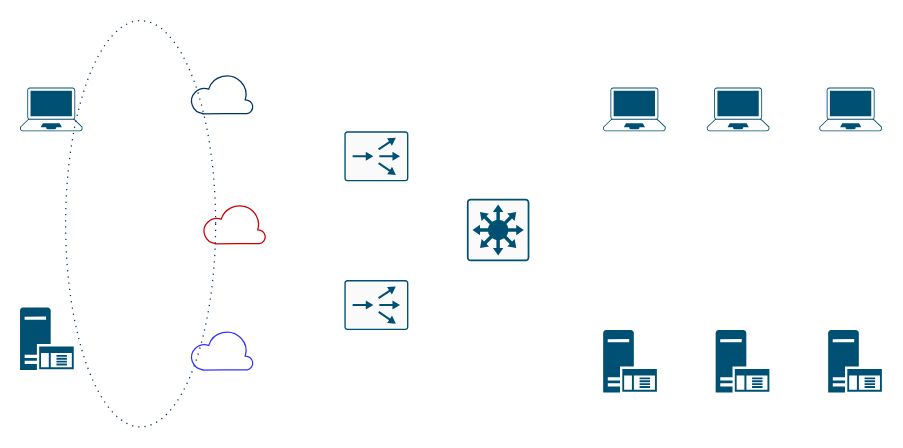
The draw.io diagram page "实验环境拓扑图" (2 of 2) of Untitled Diagram.drawio in ahhfltj/cloud, before the edit. Source tidied: cells renumbered, new cells numbered last; positions are measured from the earlier drawing's top-left corner, leaving out a move shared by most shapes. Both pictures are drawn from the tidied source at 125%, with x=0, y=0 at pixel (20, 20).
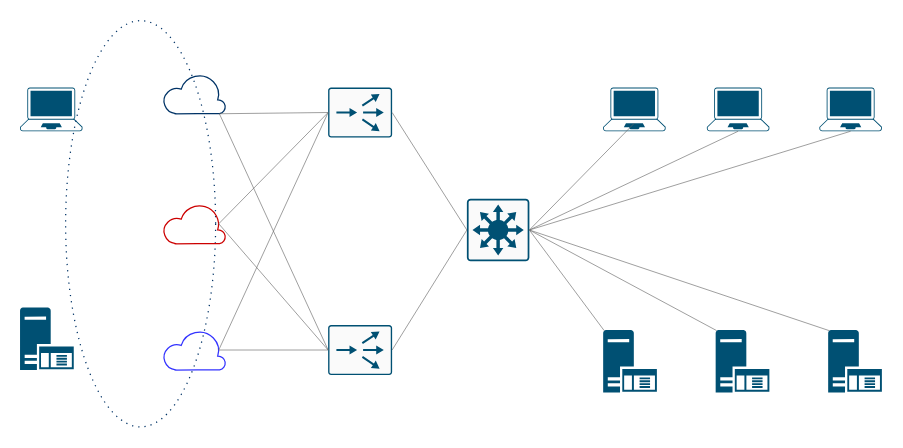
The same diagram, later.

The change refers to these unchanged cells:
```xml
<mxCell id="2" style="points=[[0.015,0.015,0],[0.985,0.015,0],[0.985,0.985,0],[0.015,0.985,0],[0.25,0,0],[0.5,0,0],[0.75,0,0],[1,0.25,0],[1,0.5,0],[1,0.75,0],[0.75,1,0],[0.5,1,0],[0.25,1,0],[0,0.75,0],[0,0.5,0],[0,0.25,0]];verticalLabelPosition=bottom;html=1;verticalAlign=top;align=center;shape=mxgraph.cisco19.rect;prIcon=l3_switch;fillColor=#FAFAFA;strokeColor=#005073;" parent="1" vertex="1">
  <mxGeometry x="357" y="142.5" width="50" height="50" as="geometry" />
</mxCell>
<mxCell id="6" style="points=[[0.13,0.02,0],[0.5,0,0],[0.87,0.02,0],[0.885,0.4,0],[0.985,0.985,0],[0.5,1,0],[0.015,0.985,0],[0.115,0.4,0]];verticalLabelPosition=bottom;html=1;verticalAlign=top;align=center;shape=mxgraph.cisco19.laptop;fillColor=#005073;strokeColor=none;" parent="1" vertex="1">
  <mxGeometry x="466" y="53.5" width="50" height="35" as="geometry" />
</mxCell>
<mxCell id="7" style="shadow=0;dashed=0;html=1;strokeColor=none;labelPosition=center;verticalLabelPosition=bottom;verticalAlign=top;align=center;shape=mxgraph.mscae.enterprise.application_server;fontStyle=1;fillColor=#005073;" parent="1" vertex="1">
  <mxGeometry x="466" y="247.5" width="43" height="50" as="geometry" />
</mxCell>
<mxCell id="8" style="points=[[0.13,0.02,0],[0.5,0,0],[0.87,0.02,0],[0.885,0.4,0],[0.985,0.985,0],[0.5,1,0],[0.015,0.985,0],[0.115,0.4,0]];verticalLabelPosition=bottom;html=1;verticalAlign=top;align=center;shape=mxgraph.cisco19.laptop;fillColor=#005073;strokeColor=none;" parent="1" vertex="1">
  <mxGeometry x="549" y="53.5" width="50" height="35" as="geometry" />
</mxCell>
<mxCell id="9" style="shadow=0;dashed=0;html=1;strokeColor=none;labelPosition=center;verticalLabelPosition=bottom;verticalAlign=top;align=center;shape=mxgraph.mscae.enterprise.application_server;fontStyle=1;fillColor=#005073;" parent="1" vertex="1">
  <mxGeometry x="556" y="247.5" width="43" height="50" as="geometry" />
</mxCell>
<mxCell id="15" style="shadow=0;dashed=0;html=1;strokeColor=none;labelPosition=center;verticalLabelPosition=bottom;verticalAlign=top;align=center;shape=mxgraph.mscae.enterprise.application_server;fontStyle=1;fillColor=#005073;" parent="1" vertex="1">
  <mxGeometry x="646" y="247.5" width="43" height="50" as="geometry" />
</mxCell>
<mxCell id="16" style="points=[[0.13,0.02,0],[0.5,0,0],[0.87,0.02,0],[0.885,0.4,0],[0.985,0.985,0],[0.5,1,0],[0.015,0.985,0],[0.115,0.4,0]];verticalLabelPosition=bottom;html=1;verticalAlign=top;align=center;shape=mxgraph.cisco19.laptop;fillColor=#005073;strokeColor=none;" parent="1" vertex="1">
  <mxGeometry x="639" y="53.5" width="50" height="35" as="geometry" />
</mxCell>
```

Diff of the diagram source:
```diff
@@
     <mxCell id="3" style="points=[[0.015,0.015,0],[0.985,0.015,0],[0.985,0.985,0],[0.015,0.985,0],[0.25,0,0],[0.5,0,0],[0.75,0,0],[1,0.25,0],[1,0.5,0],[1,0.75,0],[0.75,1,0],[0.5,1,0],[0.25,1,0],[0,0.75,0],[0,0.5,0],[0,0.25,0]];verticalLabelPosition=bottom;html=1;verticalAlign=top;align=center;shape=mxgraph.cisco19.rect;prIcon=content_router;fillColor=#FAFAFA;strokeColor=#005073;" parent="1" vertex="1">
-      <mxGeometry x="259" y="207.5" width="51.2" height="40" as="geometry" />
+      <mxGeometry x="246" y="243.5" width="51.2" height="40" as="geometry" />
     </mxCell>
     <mxCell id="4" style="points=[[0.015,0.015,0],[0.985,0.015,0],[0.985,0.985,0],[0.015,0.985,0],[0.25,0,0],[0.5,0,0],[0.75,0,0],[1,0.25,0],[1,0.5,0],[1,0.75,0],[0.75,1,0],[0.5,1,0],[0.25,1,0],[0,0.75,0],[0,0.5,0],[0,0.25,0]];verticalLabelPosition=bottom;html=1;verticalAlign=top;align=center;shape=mxgraph.cisco19.rect;prIcon=content_router;fillColor=#FAFAFA;strokeColor=#005073;" parent="1" vertex="1">
-      <mxGeometry x="259" y="88.5" width="51.2" height="40" as="geometry" />
+      <mxGeometry x="246" y="53.5" width="51.2" height="40" as="geometry" />
     </mxCell>
@@
     <mxCell id="11" style="shadow=0;dashed=0;html=1;labelPosition=center;verticalLabelPosition=bottom;verticalAlign=top;align=center;shape=mxgraph.azure.cloud;fillColor=none;strokeColor=#003366;" parent="1" vertex="1">
-      <mxGeometry x="136" y="42.5" width="50" height="32" as="geometry" />
+      <mxGeometry x="114" y="42.5" width="50" height="32" as="geometry" />
     </mxCell>
@@
     <mxCell id="13" style="shadow=0;dashed=0;html=1;labelPosition=center;verticalLabelPosition=bottom;verticalAlign=top;align=center;shape=mxgraph.azure.cloud;fillColor=none;strokeColor=#CC0000;" parent="1" vertex="1">
-      <mxGeometry x="146" y="146.5" width="50" height="32" as="geometry" />
+      <mxGeometry x="114" y="146.5" width="50" height="32" as="geometry" />
     </mxCell>
     <mxCell id="14" style="shadow=0;dashed=0;html=1;labelPosition=center;verticalLabelPosition=bottom;verticalAlign=top;align=center;shape=mxgraph.azure.cloud;fillColor=none;strokeColor=#3333FF;" parent="1" vertex="1">
-      <mxGeometry x="136" y="247.5" width="50" height="32" as="geometry" />
+      <mxGeometry x="114" y="247.5" width="50" height="32" as="geometry" />
     </mxCell>
@@
+    <mxCell id="17" style="endArrow=none;html=1;strokeWidth=0.5;strokeColor=#666666;entryX=0.497;entryY=0.819;entryDx=0;entryDy=0;entryPerimeter=0;exitX=1;exitY=0.5;exitDx=0;exitDy=0;exitPerimeter=0;" parent="1" edge="1" source="2" target="6">
+      <mxGeometry relative="1" as="geometry" />
+    </mxCell>
+    <mxCell id="18" style="endArrow=none;html=1;strokeWidth=0.5;strokeColor=#666666;entryX=0.5;entryY=1;entryDx=0;entryDy=0;entryPerimeter=0;exitX=1;exitY=0.5;exitDx=0;exitDy=0;exitPerimeter=0;" parent="1" edge="1" source="2" target="8">
+      <mxGeometry relative="1" as="geometry" />
+    </mxCell>
+    <mxCell id="19" style="endArrow=none;html=1;strokeWidth=0.5;strokeColor=#666666;entryX=0.5;entryY=1;entryDx=0;entryDy=0;entryPerimeter=0;exitX=1;exitY=0.5;exitDx=0;exitDy=0;exitPerimeter=0;" parent="1" edge="1" source="2" target="16">
+      <mxGeometry relative="1" as="geometry" />
+    </mxCell>
+    <mxCell id="20" style="endArrow=none;html=1;strokeWidth=0.5;strokeColor=#666666;entryX=0.02;entryY=0.01;entryDx=0;entryDy=0;entryPerimeter=0;exitX=1;exitY=0.5;exitDx=0;exitDy=0;exitPerimeter=0;" parent="1" edge="1" source="2" target="15">
+      <mxGeometry relative="1" as="geometry" />
+    </mxCell>
+    <mxCell id="21" style="endArrow=none;html=1;strokeWidth=0.5;strokeColor=#666666;entryX=0.02;entryY=0.01;entryDx=0;entryDy=0;entryPerimeter=0;exitX=1;exitY=0.5;exitDx=0;exitDy=0;exitPerimeter=0;" parent="1" edge="1" source="2" target="9">
+      <mxGeometry relative="1" as="geometry" />
+    </mxCell>
+    <mxCell id="22" style="endArrow=none;html=1;strokeWidth=0.5;strokeColor=#666666;entryX=0.02;entryY=0.01;entryDx=0;entryDy=0;entryPerimeter=0;exitX=1;exitY=0.5;exitDx=0;exitDy=0;exitPerimeter=0;" parent="1" edge="1" source="2" target="7">
+      <mxGeometry relative="1" as="geometry" />
+    </mxCell>
+    <mxCell id="23" style="endArrow=none;html=1;strokeWidth=0.5;strokeColor=#666666;entryX=1;entryY=0.5;entryDx=0;entryDy=0;entryPerimeter=0;exitX=0;exitY=0.5;exitDx=0;exitDy=0;exitPerimeter=0;" parent="1" edge="1" source="2" target="4">
+      <mxGeometry relative="1" as="geometry" />
+    </mxCell>
+    <mxCell id="24" style="endArrow=none;html=1;strokeWidth=0.5;strokeColor=#666666;entryX=0;entryY=0.5;entryDx=0;entryDy=0;entryPerimeter=0;exitX=1;exitY=0.5;exitDx=0;exitDy=0;exitPerimeter=0;" parent="1" edge="1" source="3" target="2">
+      <mxGeometry relative="1" as="geometry" />
+    </mxCell>
+    <mxCell id="25" style="endArrow=none;html=1;strokeWidth=0.5;strokeColor=#666666;entryX=0.9;entryY=1;entryDx=0;entryDy=0;entryPerimeter=0;exitX=0;exitY=0.5;exitDx=0;exitDy=0;exitPerimeter=0;" parent="1" edge="1" source="4" target="11">
+      <mxGeometry relative="1" as="geometry" />
+    </mxCell>
+    <mxCell id="26" style="endArrow=none;html=1;strokeWidth=0.5;strokeColor=#666666;entryX=0.89;entryY=0.5;entryDx=0;entryDy=0;entryPerimeter=0;exitX=0;exitY=0.5;exitDx=0;exitDy=0;exitPerimeter=0;" parent="1" edge="1" source="3" target="14">
+      <mxGeometry relative="1" as="geometry" />
+    </mxCell>
+    <mxCell id="27" style="endArrow=none;html=1;strokeWidth=0.5;strokeColor=#666666;entryX=0.89;entryY=0.5;entryDx=0;entryDy=0;entryPerimeter=0;exitX=0;exitY=0.5;exitDx=0;exitDy=0;exitPerimeter=0;" parent="1" edge="1" source="3" target="13">
+      <mxGeometry relative="1" as="geometry" />
+    </mxCell>
+    <mxCell id="28" style="endArrow=none;html=1;strokeWidth=0.5;strokeColor=#666666;entryX=0.89;entryY=0.5;entryDx=0;entryDy=0;entryPerimeter=0;exitX=0;exitY=0.5;exitDx=0;exitDy=0;exitPerimeter=0;" parent="1" edge="1" source="4" target="14">
+      <mxGeometry relative="1" as="geometry" />
+    </mxCell>
+    <mxCell id="29" style="endArrow=none;html=1;strokeWidth=0.5;strokeColor=#666666;entryX=0.9;entryY=1;entryDx=0;entryDy=0;entryPerimeter=0;exitX=0;exitY=0.5;exitDx=0;exitDy=0;exitPerimeter=0;" parent="1" edge="1" source="3" target="11">
+      <mxGeometry relative="1" as="geometry" />
+    </mxCell>
+    <mxCell id="30" style="endArrow=none;html=1;strokeWidth=0.5;strokeColor=#666666;entryX=0;entryY=0.5;entryDx=0;entryDy=0;entryPerimeter=0;exitX=0.89;exitY=0.5;exitDx=0;exitDy=0;exitPerimeter=0;" parent="1" edge="1" source="13" target="4">
+      <mxGeometry relative="1" as="geometry" />
+    </mxCell>
```
